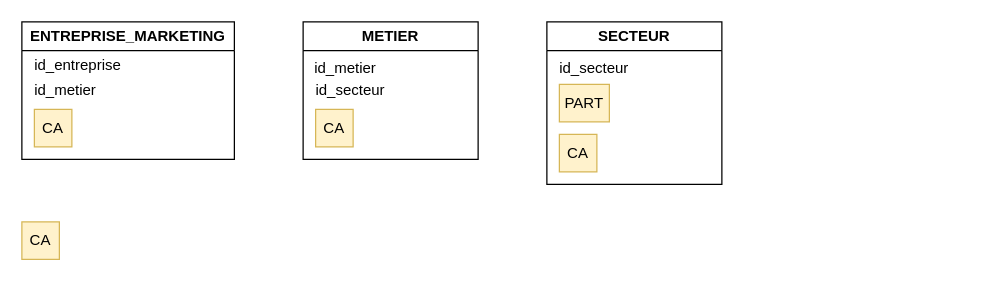
Before: Untitled Diagram.drawio in Adrienldm/comparateurhost, a draw.io diagram. Source tidied: cells renumbered, new cells numbered last; positions are measured from the earlier drawing's top-left corner, leaving out a move shared by most shapes. Both pictures are drawn from the tidied source at 125%, with x=0, y=0 at pixel (21, 21).
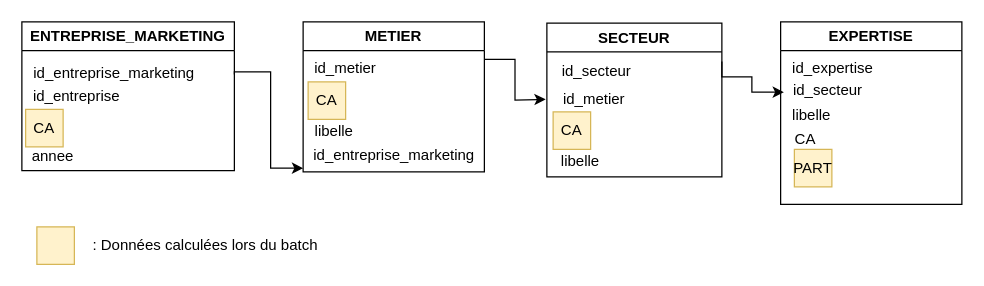
Above is the later version.

What changed in the source:
```diff
@@
+    <mxCell id="15" style="edgeStyle=orthogonalEdgeStyle;rounded=0;orthogonalLoop=1;jettySize=auto;html=1;" parent="1" edge="1">
+      <mxGeometry relative="1" as="geometry">
+        <mxPoint x="170" y="42" as="sourcePoint" />
+        <mxPoint x="225" y="117" as="targetPoint" />
+        <Array as="points">
+          <mxPoint x="170" y="40" />
+          <mxPoint x="199" y="40" />
+          <mxPoint x="199" y="117" />
+        </Array>
+      </mxGeometry>
+    </mxCell>
     <mxCell id="2" value="ENTREPRISE_MARKETING" style="swimlane;whiteSpace=wrap;html=1;" parent="1" vertex="1">
-      <mxGeometry width="170" height="110" as="geometry" />
+      <mxGeometry width="170" height="119" as="geometry" />
     </mxCell>
     <mxCell id="3" value="id_entreprise" style="text;html=1;strokeColor=none;fillColor=none;align=center;verticalAlign=middle;whiteSpace=wrap;rounded=0;" parent="2" vertex="1">
-      <mxGeometry x="10" y="20" width="70" height="30" as="geometry" />
+      <mxGeometry x="9" y="45" width="70" height="30" as="geometry" />
     </mxCell>
-    <mxCell id="4" value="id_metier" style="text;html=1;strokeColor=none;fillColor=none;align=center;verticalAlign=middle;whiteSpace=wrap;rounded=0;" parent="2" vertex="1">
-      <mxGeometry x="10" y="40" width="50" height="30" as="geometry" />
-    </mxCell>
     <mxCell id="5" value="CA" style="text;html=1;strokeColor=#d6b656;fillColor=#fff2cc;align=center;verticalAlign=middle;whiteSpace=wrap;rounded=0;" parent="2" vertex="1">
-      <mxGeometry x="10" y="70" width="30" height="30" as="geometry" />
+      <mxGeometry x="3" y="70" width="30" height="30" as="geometry" />
     </mxCell>
+    <mxCell id="16" value="annee" style="text;html=1;strokeColor=none;fillColor=none;align=center;verticalAlign=middle;whiteSpace=wrap;rounded=0;" parent="2" vertex="1">
+      <mxGeometry x="10" y="93" width="30" height="30" as="geometry" />
+    </mxCell>
+    <mxCell id="17" value="id_entreprise_marketing" style="text;html=1;strokeColor=none;fillColor=none;align=center;verticalAlign=middle;whiteSpace=wrap;rounded=0;" parent="2" vertex="1">
+      <mxGeometry x="59" y="26" width="30" height="30" as="geometry" />
+    </mxCell>
+    <mxCell id="18" style="edgeStyle=orthogonalEdgeStyle;rounded=0;jettySize=auto;html=1;exitX=1;exitY=0.25;exitDx=0;exitDy=0;" parent="1" edge="1" source="6">
+      <mxGeometry relative="1" as="geometry">
+        <mxPoint x="419" y="62" as="targetPoint" />
+      </mxGeometry>
+    </mxCell>
     <mxCell id="6" value="METIER" style="swimlane;whiteSpace=wrap;html=1;" parent="1" vertex="1">
-      <mxGeometry x="225" width="140" height="110" as="geometry" />
+      <mxGeometry x="225" width="145" height="120" as="geometry" />
     </mxCell>
@@
-    <mxCell id="8" value="id_secteur" style="text;html=1;strokeColor=none;fillColor=none;align=center;verticalAlign=middle;whiteSpace=wrap;rounded=0;" parent="6" vertex="1">
-      <mxGeometry x="18" y="40" width="40" height="30" as="geometry" />
-    </mxCell>
     <mxCell id="9" value="CA" style="text;html=1;strokeColor=#d6b656;fillColor=#fff2cc;align=center;verticalAlign=middle;whiteSpace=wrap;rounded=0;" parent="6" vertex="1">
-      <mxGeometry x="10" y="70" width="30" height="30" as="geometry" />
+      <mxGeometry x="4" y="48" width="30" height="30" as="geometry" />
     </mxCell>
+    <mxCell id="19" value="libelle" style="text;html=1;strokeColor=none;fillColor=none;align=center;verticalAlign=middle;whiteSpace=wrap;rounded=0;" parent="6" vertex="1">
+      <mxGeometry x="10" y="73" width="30" height="30" as="geometry" />
+    </mxCell>
+    <mxCell id="20" value="id_entreprise_marketing" style="text;html=1;strokeColor=none;fillColor=none;align=center;verticalAlign=middle;whiteSpace=wrap;rounded=0;" parent="6" vertex="1">
+      <mxGeometry x="58" y="92" width="30" height="30" as="geometry" />
+    </mxCell>
+    <mxCell id="21" style="edgeStyle=orthogonalEdgeStyle;rounded=0;jettySize=auto;html=1;exitX=1;exitY=0.25;exitDx=0;exitDy=0;" parent="1" edge="1" source="10">
+      <mxGeometry relative="1" as="geometry">
+        <mxPoint x="609.6" y="56.2" as="targetPoint" />
+        <Array as="points">
+          <mxPoint x="584" y="44" />
+          <mxPoint x="584" y="56" />
+        </Array>
+      </mxGeometry>
+    </mxCell>
     <mxCell id="10" value="SECTEUR" style="swimlane;whiteSpace=wrap;html=1;" parent="1" vertex="1">
-      <mxGeometry x="420" width="140" height="130" as="geometry" />
+      <mxGeometry x="420" y="1" width="140" height="123" as="geometry" />
     </mxCell>
     <mxCell id="11" value="id_secteur" style="text;html=1;strokeColor=none;fillColor=none;align=center;verticalAlign=middle;whiteSpace=wrap;rounded=0;" parent="10" vertex="1">
-      <mxGeometry x="3" y="22" width="70" height="30" as="geometry" />
+      <mxGeometry x="5" y="24" width="70" height="30" as="geometry" />
     </mxCell>
     <mxCell id="12" value="CA" style="text;html=1;strokeColor=#d6b656;fillColor=#fff2cc;align=center;verticalAlign=middle;whiteSpace=wrap;rounded=0;" parent="10" vertex="1">
-      <mxGeometry x="10" y="90" width="30" height="30" as="geometry" />
+      <mxGeometry x="5" y="71" width="30" height="30" as="geometry" />
     </mxCell>
+    <mxCell id="22" value="libelle" style="text;html=1;strokeColor=none;fillColor=none;align=center;verticalAlign=middle;whiteSpace=wrap;rounded=0;" parent="10" vertex="1">
+      <mxGeometry x="12" y="96" width="30" height="30" as="geometry" />
+    </mxCell>
+    <mxCell id="4" value="id_metier" style="text;html=1;strokeColor=none;fillColor=none;align=center;verticalAlign=middle;whiteSpace=wrap;rounded=0;" parent="10" vertex="1">
+      <mxGeometry x="23" y="46" width="30" height="30" as="geometry" />
+    </mxCell>
+    <mxCell id="14" value="&lt;br&gt;" style="text;html=1;strokeColor=#d6b656;fillColor=#fff2cc;align=center;verticalAlign=middle;whiteSpace=wrap;rounded=0;" parent="1" vertex="1">
+      <mxGeometry x="12" y="164" width="30" height="30" as="geometry" />
+    </mxCell>
+    <mxCell id="23" value=": Données calculées lors du batch" style="text;html=1;strokeColor=none;fillColor=none;align=center;verticalAlign=middle;whiteSpace=wrap;rounded=0;" parent="1" vertex="1">
+      <mxGeometry x="52" y="164" width="190" height="30" as="geometry" />
+    </mxCell>
+    <mxCell id="24" value="EXPERTISE" style="swimlane;whiteSpace=wrap;html=1;" parent="1" vertex="1">
+      <mxGeometry x="607" width="145" height="146" as="geometry" />
+    </mxCell>
+    <mxCell id="25" value="id_expertise" style="text;html=1;strokeColor=none;fillColor=none;align=center;verticalAlign=middle;whiteSpace=wrap;rounded=0;" parent="24" vertex="1">
+      <mxGeometry x="7" y="22" width="70" height="30" as="geometry" />
+    </mxCell>
+    <mxCell id="8" value="id_secteur" style="text;html=1;strokeColor=none;fillColor=none;align=center;verticalAlign=middle;whiteSpace=wrap;rounded=0;" parent="24" vertex="1">
+      <mxGeometry x="18" y="40" width="40" height="30" as="geometry" />
+    </mxCell>
+    <mxCell id="26" value="libelle" style="text;html=1;strokeColor=none;fillColor=none;align=center;verticalAlign=middle;whiteSpace=wrap;rounded=0;" parent="24" vertex="1">
+      <mxGeometry x="10" y="60" width="30" height="30" as="geometry" />
+    </mxCell>
+    <mxCell id="27" value="CA" style="text;html=1;strokeColor=none;fillColor=none;align=center;verticalAlign=middle;whiteSpace=wrap;rounded=0;" parent="24" vertex="1">
+      <mxGeometry x="5" y="79" width="30" height="30" as="geometry" />
+    </mxCell>
-    <mxCell id="13" value="PART" style="text;html=1;strokeColor=#d6b656;fillColor=#fff2cc;align=center;verticalAlign=middle;whiteSpace=wrap;rounded=0;" parent="10" vertex="1">
-      <mxGeometry x="10" y="50" width="40" height="30" as="geometry" />
+    <mxCell id="13" value="PART" style="text;html=1;strokeColor=#d6b656;fillColor=#fff2cc;align=center;verticalAlign=middle;whiteSpace=wrap;rounded=0;" parent="24" vertex="1">
+      <mxGeometry x="11" y="102" width="30" height="30" as="geometry" />
     </mxCell>
-    <mxCell id="14" value="CA" style="text;html=1;strokeColor=#d6b656;fillColor=#fff2cc;align=center;verticalAlign=middle;whiteSpace=wrap;rounded=0;" parent="1" vertex="1">
-      <mxGeometry y="160" width="30" height="30" as="geometry" />
-    </mxCell>
```
